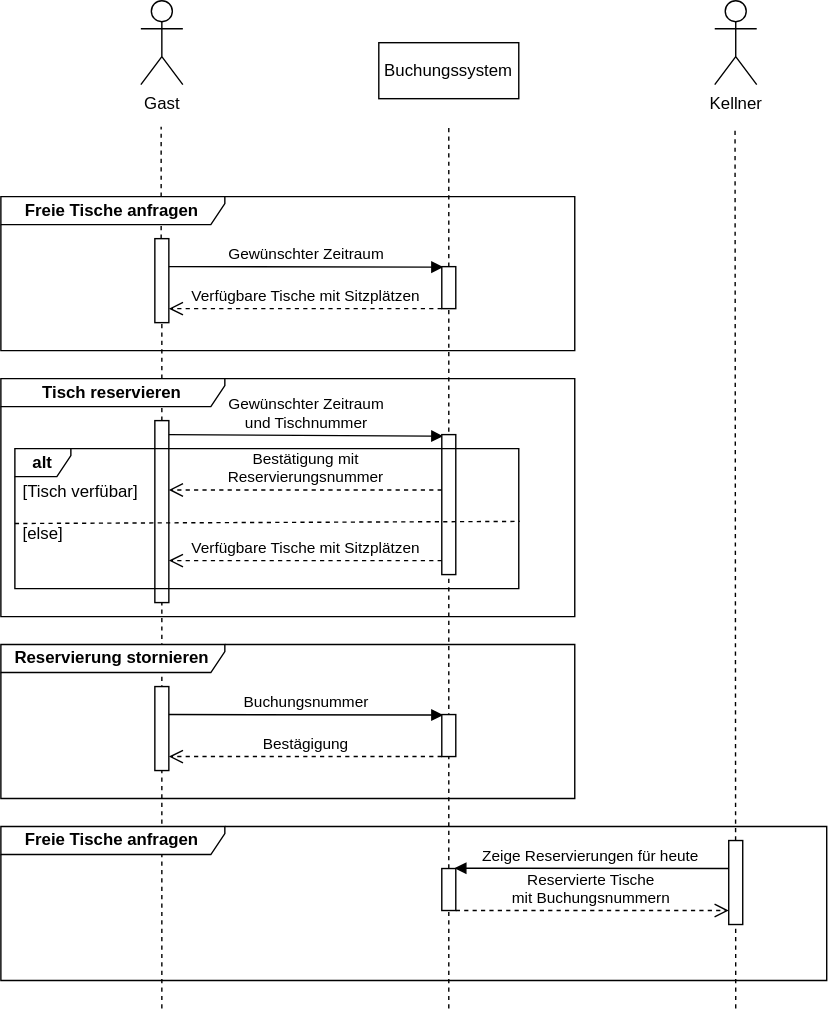
Above: diagramme/UML-Sequence.drawio.svg in gsoTH/tischreservierung (draw.io), before the change. Source tidied: cells renumbered, new cells last; positions are measured from the earlier drawing's top-left corner, leaving out a move shared by most shapes. Its diagram source:
```xml
<mxGraphModel>
  <root>
    <mxCell id="0" />
    <mxCell id="1" parent="0" />
    <mxCell id="2" style="endArrow=none;dashed=1;html=1;rounded=0;startArrow=none;" parent="1" edge="1" source="15" target="17">
      <mxGeometry relative="1" as="geometry" />
    </mxCell>
    <mxCell id="3" style="group;" parent="1" vertex="1">
      <mxGeometry x="510" width="30" height="550" as="geometry" />
    </mxCell>
    <mxCell id="4" value="Kellner" style="shape=umlActor;verticalLabelPosition=bottom;verticalAlign=top;html=1;" parent="3" vertex="1">
      <mxGeometry width="30" height="60" as="geometry" />
    </mxCell>
    <mxCell id="5" style="endArrow=none;dashed=1;html=1;rounded=0;" parent="3" edge="1">
      <mxGeometry relative="1" as="geometry">
        <mxPoint x="15" y="720" as="sourcePoint" />
        <mxPoint x="14.5" y="90" as="targetPoint" />
      </mxGeometry>
    </mxCell>
    <mxCell id="6" style="group;" parent="1" vertex="1">
      <mxGeometry x="100" width="30" height="550" as="geometry" />
    </mxCell>
    <mxCell id="7" value="Gast" style="shape=umlActor;verticalLabelPosition=bottom;verticalAlign=top;html=1;" parent="6" vertex="1">
      <mxGeometry width="30" height="60" as="geometry" />
    </mxCell>
    <mxCell id="8" style="endArrow=none;dashed=1;html=1;rounded=0;" parent="6" edge="1" target="10">
      <mxGeometry relative="1" as="geometry">
        <mxPoint x="15" y="720" as="sourcePoint" />
      </mxGeometry>
    </mxCell>
    <mxCell id="9" style="endArrow=none;dashed=1;html=1;rounded=0;startArrow=none;" parent="1" edge="1" source="10">
      <mxGeometry relative="1" as="geometry">
        <mxPoint x="114.5" y="90" as="targetPoint" />
      </mxGeometry>
    </mxCell>
    <mxCell id="10" style="points=[];perimeter=orthogonalPerimeter;rounded=0;shadow=0;strokeWidth=1;" parent="1" vertex="1">
      <mxGeometry x="110" y="170" width="10" height="60" as="geometry" />
    </mxCell>
    <mxCell id="11" value="Gewünschter Zeitraum" style="verticalAlign=bottom;endArrow=block;shadow=0;strokeWidth=1;entryX=0.1;entryY=0.011;entryDx=0;entryDy=0;entryPerimeter=0;" parent="1" edge="1" target="17">
      <mxGeometry relative="1" as="geometry">
        <mxPoint x="120" y="190" as="sourcePoint" />
      </mxGeometry>
    </mxCell>
    <mxCell id="12" value="Buchungssystem" style="rounded=0;whiteSpace=wrap;html=1;" parent="1" vertex="1">
      <mxGeometry x="270" y="30" width="100" height="40" as="geometry" />
    </mxCell>
    <mxCell id="13" style="endArrow=none;dashed=1;html=1;rounded=0;startArrow=none;" parent="1" edge="1" source="17">
      <mxGeometry relative="1" as="geometry">
        <mxPoint x="320" y="90" as="targetPoint" />
      </mxGeometry>
    </mxCell>
    <mxCell id="14" style="endArrow=none;dashed=1;html=1;rounded=0;" parent="1" edge="1" target="15">
      <mxGeometry relative="1" as="geometry">
        <mxPoint x="320" y="720" as="sourcePoint" />
      </mxGeometry>
    </mxCell>
    <mxCell id="15" style="points=[];perimeter=orthogonalPerimeter;rounded=0;shadow=0;strokeWidth=1;" parent="1" vertex="1">
      <mxGeometry x="315" y="620" width="10" height="30" as="geometry" />
    </mxCell>
    <mxCell id="16" style="perimeter=orthogonalPerimeter;rounded=0;shadow=0;strokeWidth=1;" parent="1" vertex="1">
      <mxGeometry x="520" y="600" width="10" height="60" as="geometry" />
    </mxCell>
    <mxCell id="17" style="points=[];perimeter=orthogonalPerimeter;rounded=0;shadow=0;strokeWidth=1;" parent="1" vertex="1">
      <mxGeometry x="315" y="190" width="10" height="30" as="geometry" />
    </mxCell>
    <mxCell id="18" value="Verfügbare Tische mit Sitzplätzen" style="verticalAlign=bottom;endArrow=open;dashed=1;endSize=8;exitX=0;exitY=0.95;shadow=0;strokeWidth=1;" parent="1" edge="1">
      <mxGeometry relative="1" as="geometry">
        <mxPoint x="315" y="220" as="sourcePoint" />
        <mxPoint x="120" y="220" as="targetPoint" />
      </mxGeometry>
    </mxCell>
    <mxCell id="19" value="Reservierte Tische &#10;mit Buchungsnummern" style="verticalAlign=bottom;endArrow=open;dashed=1;endSize=8;shadow=0;strokeWidth=1;" parent="1" edge="1">
      <mxGeometry relative="1" as="geometry">
        <mxPoint x="325" y="650" as="sourcePoint" />
        <mxPoint x="520" y="650" as="targetPoint" />
      </mxGeometry>
    </mxCell>
    <mxCell id="20" value="&lt;b&gt;Tisch reservieren&lt;/b&gt;" style="shape=umlFrame;whiteSpace=wrap;html=1;width=160;height=20;" parent="1" vertex="1">
      <mxGeometry y="270" width="410" height="170" as="geometry" />
    </mxCell>
    <mxCell id="21" style="perimeter=orthogonalPerimeter;rounded=0;shadow=0;strokeWidth=1;" parent="1" vertex="1">
      <mxGeometry x="110" y="300" width="10" height="130" as="geometry" />
    </mxCell>
    <mxCell id="22" value="Gewünschter Zeitraum &#10;und Tischnummer" style="verticalAlign=bottom;endArrow=block;shadow=0;strokeWidth=1;entryX=0.1;entryY=0.011;entryDx=0;entryDy=0;entryPerimeter=0;" parent="1" edge="1" target="23">
      <mxGeometry relative="1" as="geometry">
        <mxPoint x="120" y="310" as="sourcePoint" />
      </mxGeometry>
    </mxCell>
    <mxCell id="23" style="points=[];perimeter=orthogonalPerimeter;rounded=0;shadow=0;strokeWidth=1;" parent="1" vertex="1">
      <mxGeometry x="315" y="310" width="10" height="100" as="geometry" />
    </mxCell>
    <mxCell id="24" value="&lt;div&gt;&lt;b&gt;alt&lt;/b&gt;&lt;/div&gt;" style="shape=umlFrame;whiteSpace=wrap;html=1;width=40;height=20;" parent="1" vertex="1">
      <mxGeometry x="10" y="320" width="360" height="100" as="geometry" />
    </mxCell>
    <mxCell id="25" style="endArrow=none;dashed=1;html=1;rounded=0;exitX=0;exitY=0.535;exitDx=0;exitDy=0;exitPerimeter=0;entryX=1.002;entryY=0.52;entryDx=0;entryDy=0;entryPerimeter=0;" parent="1" edge="1" source="24" target="24">
      <mxGeometry relative="1" as="geometry" />
    </mxCell>
    <mxCell id="26" value="[Tisch verfübar]" style="text;strokeColor=none;fillColor=none;align=left;verticalAlign=top;spacingLeft=4;spacingRight=4;overflow=hidden;" parent="1" vertex="1">
      <mxGeometry x="10" y="337" width="110" height="26" as="geometry" />
    </mxCell>
    <mxCell id="27" value="[else]" style="text;strokeColor=none;fillColor=none;align=left;verticalAlign=top;spacingLeft=4;spacingRight=4;overflow=hidden;" parent="1" vertex="1">
      <mxGeometry x="10" y="367" width="110" height="26" as="geometry" />
    </mxCell>
    <mxCell id="28" value="Bestätigung mit &#10;Reservierungsnummer" style="verticalAlign=bottom;endArrow=open;dashed=1;endSize=8;exitX=0;exitY=0.95;shadow=0;strokeWidth=1;" parent="1" edge="1">
      <mxGeometry relative="1" as="geometry">
        <mxPoint x="315" y="349.5" as="sourcePoint" />
        <mxPoint x="120" y="349.6" as="targetPoint" />
      </mxGeometry>
    </mxCell>
    <mxCell id="29" value="Verfügbare Tische mit Sitzplätzen" style="verticalAlign=bottom;endArrow=open;dashed=1;endSize=8;exitX=0;exitY=0.95;shadow=0;strokeWidth=1;" parent="1" edge="1">
      <mxGeometry relative="1" as="geometry">
        <mxPoint x="315" y="400" as="sourcePoint" />
        <mxPoint x="120" y="400" as="targetPoint" />
      </mxGeometry>
    </mxCell>
    <mxCell id="30" value="Zeige Reservierungen für heute" style="verticalAlign=bottom;endArrow=block;shadow=0;strokeWidth=1;entryX=0.908;entryY=-0.008;entryDx=0;entryDy=0;entryPerimeter=0;" parent="1" edge="1" target="15">
      <mxGeometry relative="1" as="geometry">
        <mxPoint x="520" y="620" as="sourcePoint" />
      </mxGeometry>
    </mxCell>
    <mxCell id="31" value="&lt;b&gt;Freie Tische anfragen&lt;/b&gt;" style="shape=umlFrame;whiteSpace=wrap;html=1;width=160;height=20;" parent="1" vertex="1">
      <mxGeometry y="590" width="590" height="110" as="geometry" />
    </mxCell>
    <mxCell id="32" value="&lt;b&gt;Freie Tische anfragen&lt;/b&gt;" style="shape=umlFrame;whiteSpace=wrap;html=1;width=160;height=20;" parent="1" vertex="1">
      <mxGeometry y="140" width="410" height="110" as="geometry" />
    </mxCell>
    <mxCell id="33" style="perimeter=orthogonalPerimeter;rounded=0;shadow=0;strokeWidth=1;" parent="1" vertex="1">
      <mxGeometry x="110" y="490" width="10" height="60" as="geometry" />
    </mxCell>
    <mxCell id="34" value="Buchungsnummer" style="verticalAlign=bottom;endArrow=block;shadow=0;strokeWidth=1;entryX=0.1;entryY=0.011;entryDx=0;entryDy=0;entryPerimeter=0;" parent="1" edge="1" target="35">
      <mxGeometry relative="1" as="geometry">
        <mxPoint x="120" y="510" as="sourcePoint" />
      </mxGeometry>
    </mxCell>
    <mxCell id="35" style="points=[];perimeter=orthogonalPerimeter;rounded=0;shadow=0;strokeWidth=1;" parent="1" vertex="1">
      <mxGeometry x="315" y="510" width="10" height="30" as="geometry" />
    </mxCell>
    <mxCell id="36" value="Bestägigung" style="verticalAlign=bottom;endArrow=open;dashed=1;endSize=8;exitX=0;exitY=0.95;shadow=0;strokeWidth=1;" parent="1" edge="1">
      <mxGeometry relative="1" as="geometry">
        <mxPoint x="315" y="540" as="sourcePoint" />
        <mxPoint x="120" y="540" as="targetPoint" />
      </mxGeometry>
    </mxCell>
    <mxCell id="37" value="&lt;b&gt;Reservierung stornieren&lt;/b&gt;" style="shape=umlFrame;whiteSpace=wrap;html=1;width=160;height=20;" parent="1" vertex="1">
      <mxGeometry y="460" width="410" height="110" as="geometry" />
    </mxCell>
  </root>
</mxGraphModel>
```
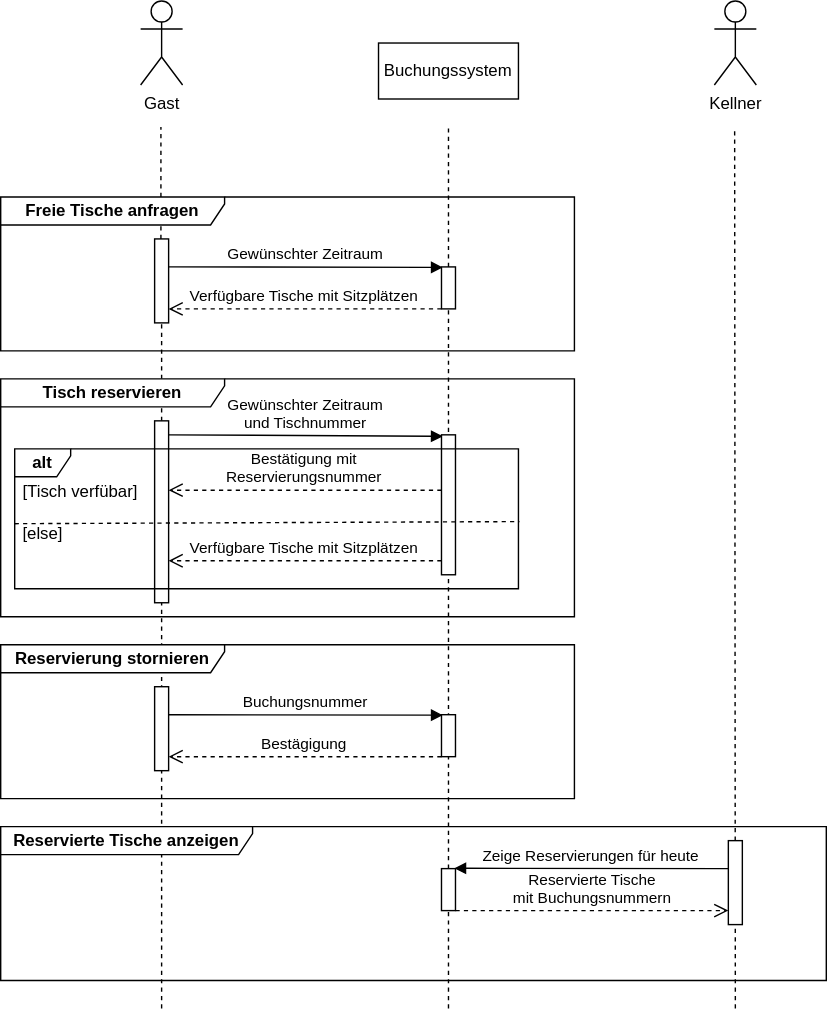
The same diagram one commit later.

Change to the diagram source:
```diff
@@ -118,7 +118,7 @@
         <mxPoint x="520" y="620" as="sourcePoint" />
       </mxGeometry>
     </mxCell>
-    <mxCell id="31" value="&lt;b&gt;Freie Tische anfragen&lt;/b&gt;" style="shape=umlFrame;whiteSpace=wrap;html=1;width=160;height=20;" parent="1" vertex="1">
+    <mxCell id="31" value="&lt;b&gt;Reservierte Tische anzeigen&lt;/b&gt;" style="shape=umlFrame;whiteSpace=wrap;html=1;width=180;height=20;" parent="1" vertex="1">
       <mxGeometry y="590" width="590" height="110" as="geometry" />
     </mxCell>
     <mxCell id="32" value="&lt;b&gt;Freie Tische anfragen&lt;/b&gt;" style="shape=umlFrame;whiteSpace=wrap;html=1;width=160;height=20;" parent="1" vertex="1">
```
